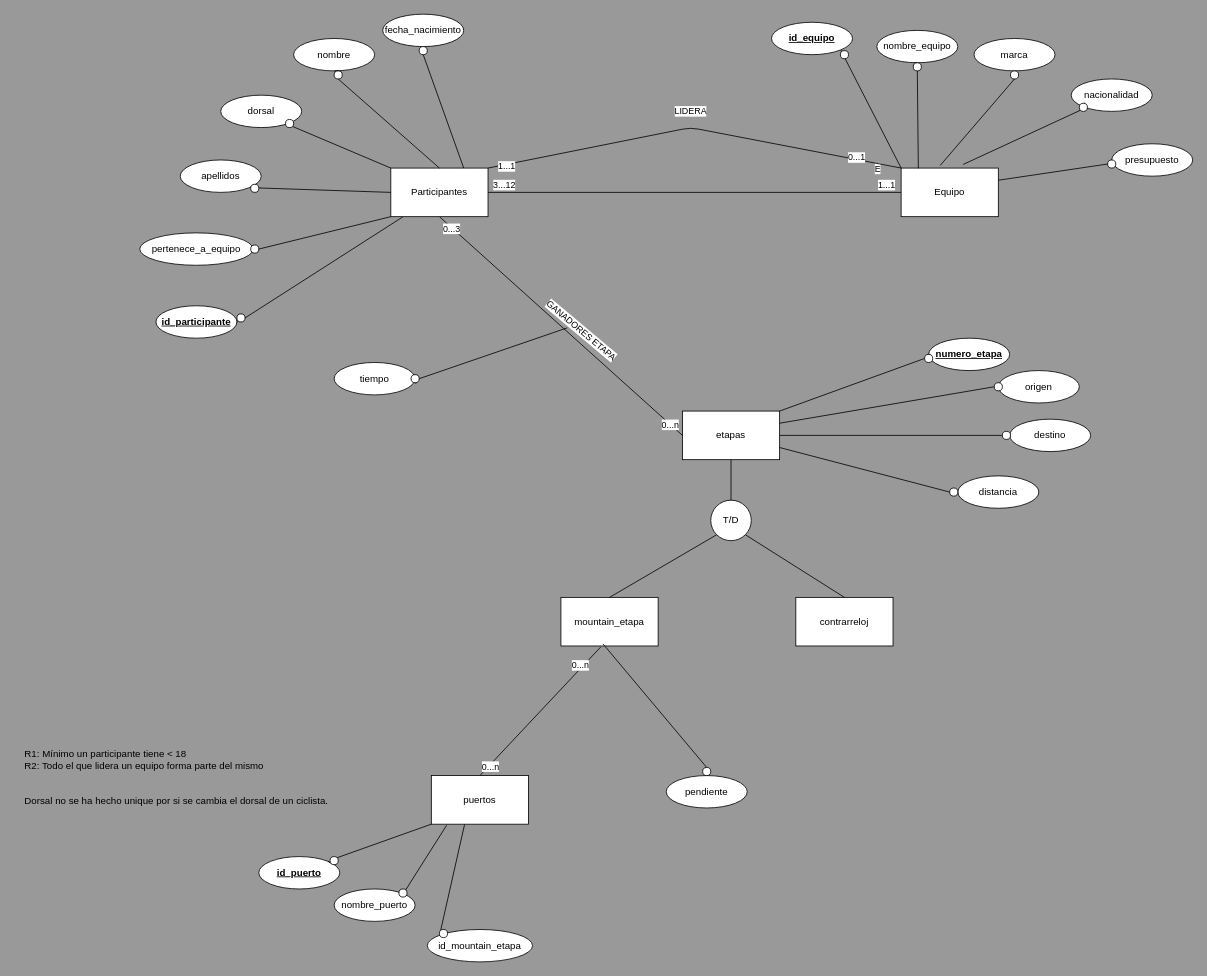
MrMetalero/DAM2Clone keeps this draw.io diagram as AccesoDatos/EjercicioModeloDeExamen2/modeloExamenEntidadRelacion.drawio. Above is the earlier version. Source tidied: cells renumbered, new cells numbered last; positions are measured from the earlier drawing's top-left corner, leaving out a move shared by most shapes. Both pictures are drawn from the tidied source at 81%, with x=0, y=0 at pixel (14, 14).
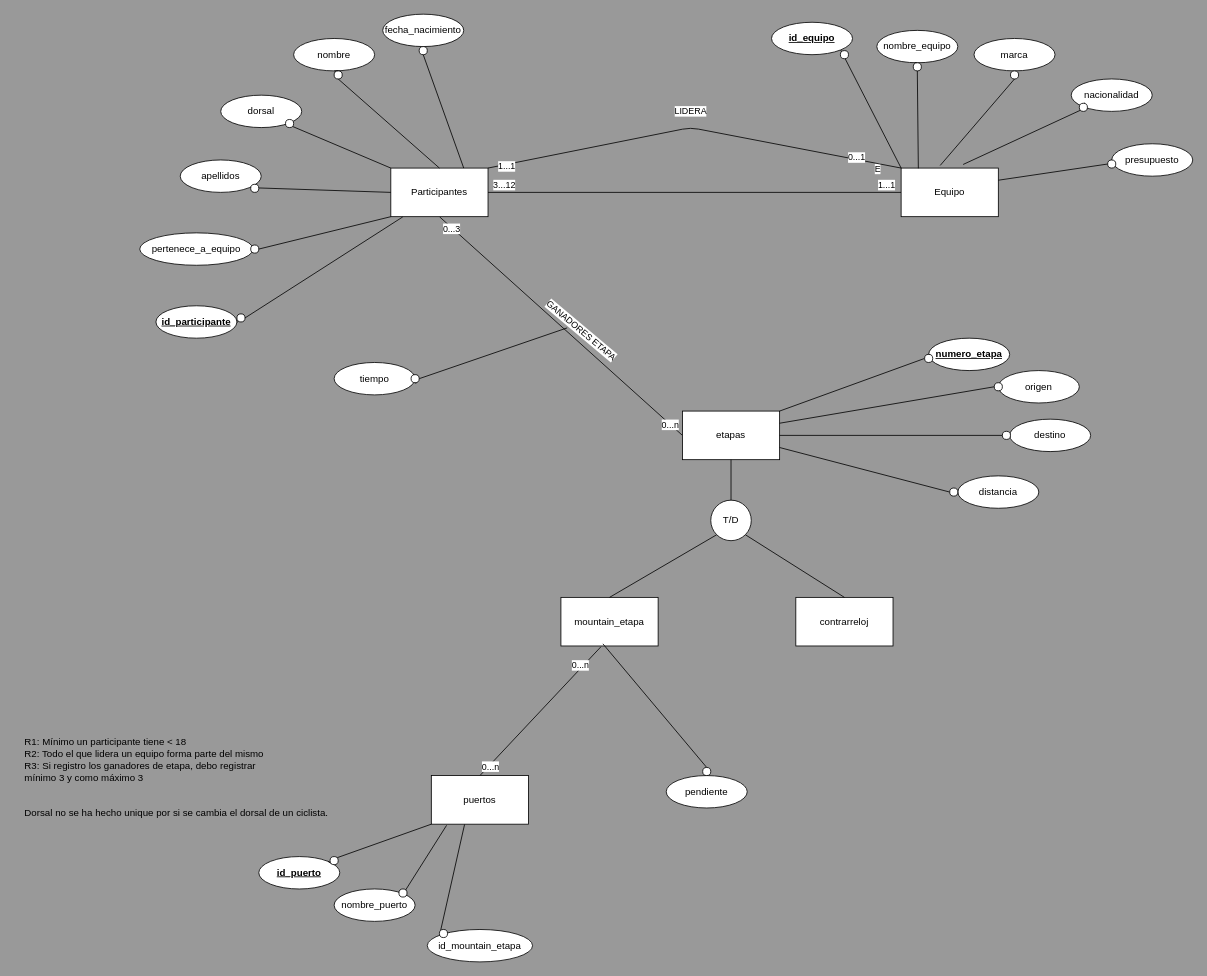
After the change.

Commit message:
cositas actualizadas repasando

What changed in the source:
```diff
@@
-    <mxCell id="58" value="&lt;br&gt;&lt;div style=&quot;text-align: left;&quot;&gt;R1: Mínimo un participante tiene &amp;lt; 18&amp;nbsp;&lt;/div&gt;&lt;div style=&quot;text-align: left;&quot;&gt;R2: Todo el que lidera un equipo forma parte del mismo&lt;/div&gt;&lt;div style=&quot;text-align: left;&quot;&gt;&lt;br&gt;&lt;/div&gt;&lt;div style=&quot;text-align: left;&quot;&gt;&lt;br&gt;&lt;/div&gt;&lt;div style=&quot;text-align: left;&quot;&gt;Dorsal no se ha hecho unique por si se cambia el dorsal de un ciclista.&lt;/div&gt;" style="text;html=1;align=center;verticalAlign=middle;strokeColor=none;fillColor=none;" parent="1" vertex="1">
-      <mxGeometry y="885" width="400" height="100" as="geometry" />
+    <mxCell id="58" value="&lt;br&gt;&lt;div style=&quot;text-align: left;&quot;&gt;R1: Mínimo un participante tiene &amp;lt; 18&amp;nbsp;&lt;/div&gt;&lt;div style=&quot;text-align: left;&quot;&gt;R2: Todo el que lidera un equipo forma parte del mismo&lt;/div&gt;&lt;div style=&quot;text-align: left;&quot;&gt;R3: Si registro los ganadores de etapa, debo registrar&lt;/div&gt;&lt;div style=&quot;text-align: left;&quot;&gt;mínimo 3 y como máximo 3&lt;/div&gt;&lt;div style=&quot;text-align: left;&quot;&gt;&lt;br&gt;&lt;/div&gt;&lt;div style=&quot;text-align: left;&quot;&gt;&lt;br&gt;&lt;/div&gt;&lt;div style=&quot;text-align: left;&quot;&gt;Dorsal no se ha hecho unique por si se cambia el dorsal de un ciclista.&lt;/div&gt;" style="text;html=1;align=center;verticalAlign=middle;strokeColor=none;fillColor=none;" parent="1" vertex="1">
+      <mxGeometry y="870" width="400" height="130" as="geometry" />
     </mxCell>
```
